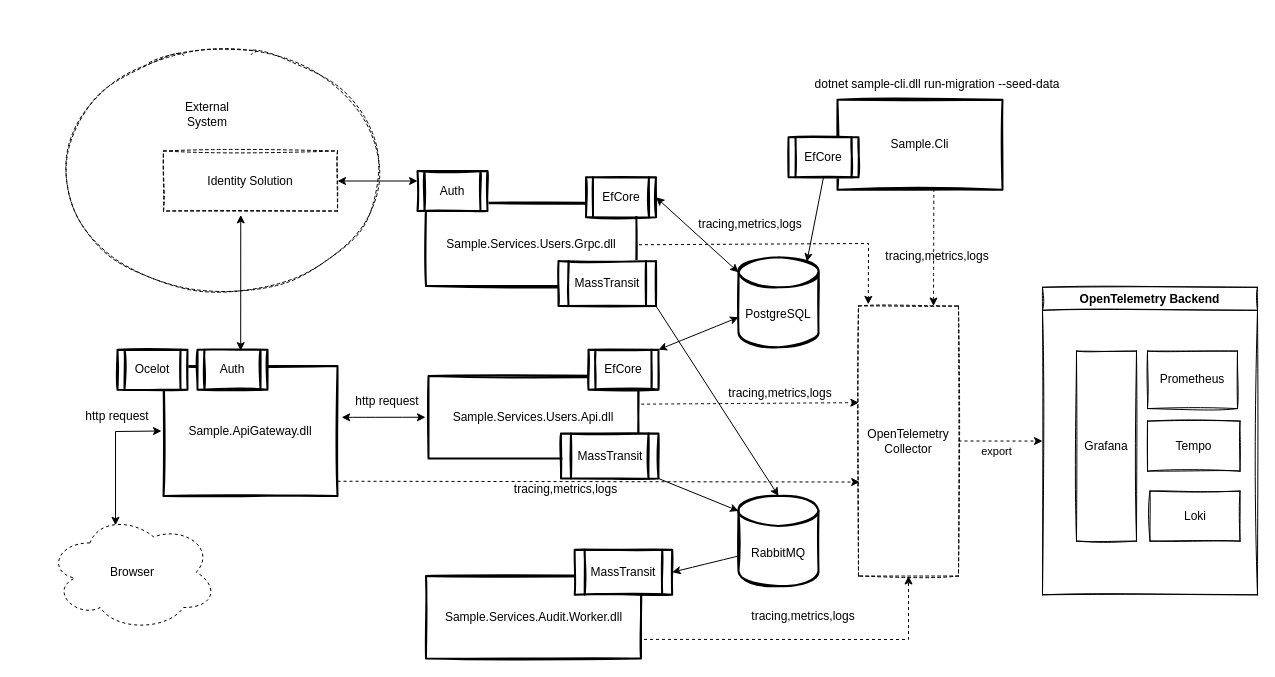
Earlier version of the draw.io diagram page "LogicalView" (2 of 2) of docs/clean-architecture-overview.drawio (zamat/zamat-clean-architecture). Source tidied: cells renumbered, new cells numbered last; positions are measured from the earlier drawing's top-left corner, leaving out a move shared by most shapes. Both pictures are drawn from the tidied source at 100%, with x=0, y=0 at pixel (47, 53).
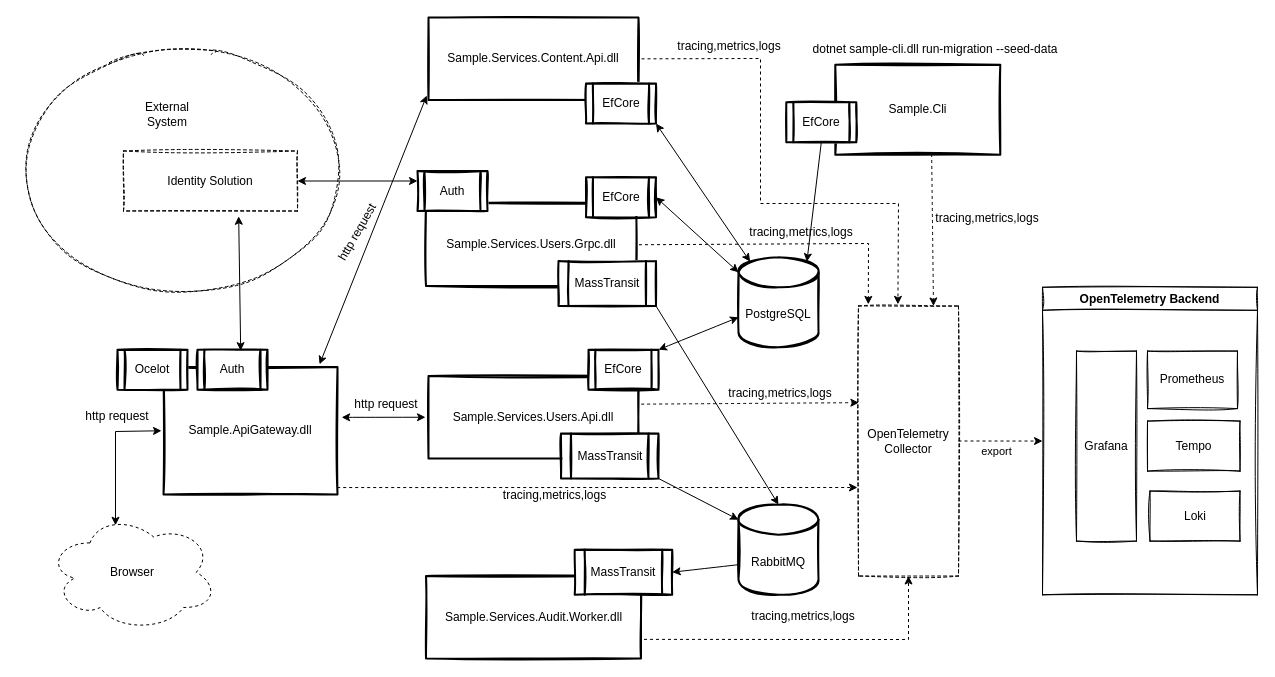
The same diagram, later.

The change refers to these unchanged cells:
```xml
<mxCell id="6" value="PostgreSQL" style="shape=cylinder3;whiteSpace=wrap;html=1;boundedLbl=1;backgroundOutline=1;size=15;sketch=1;strokeWidth=2;" parent="1" vertex="1">
  <mxGeometry x="691" y="203.8" width="80" height="90" as="geometry" />
</mxCell>
<mxCell id="9" value="OpenTelemetry Collector" style="rounded=0;whiteSpace=wrap;html=1;sketch=1;dashed=1;" parent="1" vertex="1">
  <mxGeometry x="811" y="252.5" width="100" height="270" as="geometry" />
</mxCell>
<mxCell id="37" value="Auth" style="shape=process;whiteSpace=wrap;html=1;backgroundOutline=1;sketch=1;fillColor=default;strokeWidth=2;" parent="1" vertex="1">
  <mxGeometry x="150" y="296.2" width="70" height="40" as="geometry" />
</mxCell>
```

What changed in the source:
```diff
@@
     <mxCell id="2" style="ellipse;whiteSpace=wrap;html=1;dashed=1;sketch=1;strokeWidth=1;fillColor=none;" parent="1" vertex="1">
-      <mxGeometry x="10" width="330" height="233.8" as="geometry" />
+      <mxGeometry x="-30" width="330" height="233.8" as="geometry" />
     </mxCell>
     <mxCell id="3" value="Sample.ApiGateway.dll" style="rounded=0;whiteSpace=wrap;html=1;sketch=1;strokeWidth=2;perimeterSpacing=2;" parent="1" vertex="1">
-      <mxGeometry x="116" y="312.5" width="174" height="130" as="geometry" />
+      <mxGeometry x="116" y="313.5" width="174" height="127.5" as="geometry" />
     </mxCell>
@@
     <mxCell id="8" value="RabbitMQ" style="shape=cylinder3;whiteSpace=wrap;html=1;boundedLbl=1;backgroundOutline=1;size=15;sketch=1;strokeWidth=2;" parent="1" vertex="1">
-      <mxGeometry x="691" y="442.5" width="80" height="90" as="geometry" />
+      <mxGeometry x="691" y="451.2" width="80" height="90" as="geometry" />
     </mxCell>
@@
     <mxCell id="13" value="Sample.Cli" style="rounded=0;whiteSpace=wrap;html=1;sketch=1;strokeWidth=2;perimeterSpacing=3;" parent="1" vertex="1">
-      <mxGeometry x="790" y="46.2" width="165" height="90" as="geometry" />
+      <mxGeometry x="787.8" y="11.2" width="165" height="90" as="geometry" />
     </mxCell>
     <mxCell id="14" value="EfCore" style="shape=process;whiteSpace=wrap;html=1;backgroundOutline=1;sketch=1;fillColor=default;strokeWidth=2;" parent="1" vertex="1">
-      <mxGeometry x="741" y="83.8" width="70" height="40" as="geometry" />
+      <mxGeometry x="738.8" y="48.8" width="70" height="40" as="geometry" />
     </mxCell>
     <mxCell id="15" value="dotnet sample-cli.dll run-migration --seed-data" style="text;html=1;strokeColor=none;fillColor=none;align=center;verticalAlign=middle;whiteSpace=wrap;rounded=0;shadow=0;sketch=1;" parent="1" vertex="1">
-      <mxGeometry x="760" y="20" width="260" height="22.5" as="geometry" />
+      <mxGeometry x="757.8" y="-15" width="260" height="22.5" as="geometry" />
     </mxCell>
@@
-    <mxCell id="25" style="endArrow=classic;html=1;rounded=0;entryX=0.012;entryY=0.652;entryDx=0;entryDy=0;dashed=1;entryPerimeter=0;exitX=0.989;exitY=0.875;exitDx=0;exitDy=0;exitPerimeter=0;" parent="1" edge="1" source="3" target="9">
-      <mxGeometry relative="1" as="geometry" />
+    <mxCell id="25" style="endArrow=classic;html=1;rounded=0;dashed=1;exitX=0.987;exitY=0.932;exitDx=0;exitDy=0;exitPerimeter=0;" parent="1" edge="1" source="3">
+      <mxGeometry relative="1" as="geometry">
+        <mxPoint x="810" y="434" as="targetPoint" />
+      </mxGeometry>
     </mxCell>
     <mxCell id="26" value="tracing,metrics,logs" style="text;html=1;strokeColor=none;fillColor=none;align=center;verticalAlign=middle;whiteSpace=wrap;rounded=0;sketch=1;" parent="1" vertex="1">
-      <mxGeometry x="835" y="187.5" width="110" height="30" as="geometry" />
+      <mxGeometry x="885" y="150" width="110" height="30" as="geometry" />
     </mxCell>
@@
     <mxCell id="28" value="tracing,metrics,logs" style="text;html=1;strokeColor=none;fillColor=none;align=center;verticalAlign=middle;whiteSpace=wrap;rounded=0;sketch=1;" parent="1" vertex="1">
-      <mxGeometry x="461" y="430" width="115" height="12.5" as="geometry" />
+      <mxGeometry x="450" y="436" width="115" height="12.5" as="geometry" />
     </mxCell>
     <mxCell id="29" value="http request" style="text;html=1;strokeColor=none;fillColor=none;align=center;verticalAlign=middle;whiteSpace=wrap;rounded=0;dashed=1;sketch=1;" parent="1" vertex="1">
-      <mxGeometry x="300" y="332.5" width="80" height="30" as="geometry" />
+      <mxGeometry x="298.5" y="336.2" width="80" height="30" as="geometry" />
     </mxCell>
@@
     <mxCell id="36" value="Identity Solution" style="rounded=0;whiteSpace=wrap;html=1;dashed=1;sketch=1;strokeWidth=1;fillColor=none;" parent="1" vertex="1">
-      <mxGeometry x="116" y="97.5" width="174" height="60" as="geometry" />
+      <mxGeometry x="76" y="97.5" width="174" height="60" as="geometry" />
     </mxCell>
@@
-    <mxCell id="38" style="endArrow=classic;startArrow=classic;html=1;rounded=0;entryX=0.444;entryY=1.065;entryDx=0;entryDy=0;entryPerimeter=0;exitX=0.617;exitY=0.024;exitDx=0;exitDy=0;exitPerimeter=0;" parent="1" edge="1" source="37" target="36">
+    <mxCell id="38" style="endArrow=classic;startArrow=classic;html=1;rounded=0;entryX=0.662;entryY=1.088;entryDx=0;entryDy=0;entryPerimeter=0;exitX=0.617;exitY=0.024;exitDx=0;exitDy=0;exitPerimeter=0;" parent="1" edge="1" source="37" target="36">
       <mxGeometry relative="1" as="geometry" />
     </mxCell>
     <mxCell id="39" value="External System" style="text;html=1;strokeColor=none;fillColor=none;align=center;verticalAlign=middle;whiteSpace=wrap;rounded=0;dashed=1;sketch=1;" parent="1" vertex="1">
-      <mxGeometry x="130" y="46.2" width="60" height="30" as="geometry" />
+      <mxGeometry x="90" y="46.2" width="60" height="30" as="geometry" />
     </mxCell>
@@
     <mxCell id="49" value="tracing,metrics,logs" style="text;html=1;strokeColor=none;fillColor=none;align=center;verticalAlign=middle;whiteSpace=wrap;rounded=0;sketch=1;" parent="1" vertex="1">
-      <mxGeometry x="646" y="163.8" width="114" height="15" as="geometry" />
+      <mxGeometry x="624.8" y="-15" width="114" height="15" as="geometry" />
     </mxCell>
@@
+    <mxCell id="53" value="Sample.Services.Content.Api.dll" style="rounded=0;whiteSpace=wrap;html=1;sketch=1;strokeWidth=2;perimeterSpacing=3;" parent="1" vertex="1">
+      <mxGeometry x="381" y="-35.9" width="210" height="82.5" as="geometry" />
+    </mxCell>
+    <mxCell id="54" value="EfCore" style="shape=process;whiteSpace=wrap;html=1;backgroundOutline=1;sketch=1;fillColor=default;strokeWidth=2;" parent="1" vertex="1">
+      <mxGeometry x="538.5" y="30" width="70" height="40" as="geometry" />
+    </mxCell>
+    <mxCell id="55" style="endArrow=classic;startArrow=classic;html=1;rounded=0;entryX=0.145;entryY=0;entryDx=0;entryDy=4.35;entryPerimeter=0;exitX=1;exitY=1;exitDx=0;exitDy=0;" parent="1" edge="1" source="54" target="6">
+      <mxGeometry relative="1" as="geometry" />
+    </mxCell>
+    <mxCell id="56" style="endArrow=classic;html=1;exitX=1;exitY=0.5;exitDx=0;exitDy=0;dashed=1;rounded=0;entryX=0.394;entryY=-0.006;entryDx=0;entryDy=0;entryPerimeter=0;" parent="1" edge="1" source="53" target="9">
+      <mxGeometry relative="1" as="geometry">
+        <Array as="points">
+          <mxPoint x="713" y="5" />
+          <mxPoint x="713" y="150" />
+          <mxPoint x="851" y="150" />
+        </Array>
+      </mxGeometry>
+    </mxCell>
+    <mxCell id="57" value="tracing,metrics,logs" style="text;html=1;strokeColor=none;fillColor=none;align=center;verticalAlign=middle;whiteSpace=wrap;rounded=0;sketch=1;" parent="1" vertex="1">
+      <mxGeometry x="698.8" y="163.8" width="110" height="30" as="geometry" />
+    </mxCell>
+    <mxCell id="58" style="endArrow=classic;startArrow=classic;html=1;exitX=0.888;exitY=-0.005;exitDx=0;exitDy=0;entryX=0.006;entryY=0.914;entryDx=0;entryDy=0;exitPerimeter=0;entryPerimeter=0;rounded=0;" parent="1" edge="1" source="3" target="53">
+      <mxGeometry relative="1" as="geometry" />
+    </mxCell>
+    <mxCell id="59" value="http request" style="text;html=1;strokeColor=none;fillColor=none;align=center;verticalAlign=middle;whiteSpace=wrap;rounded=0;dashed=1;sketch=1;rotation=-60;" parent="1" vertex="1">
+      <mxGeometry x="270" y="163.8" width="80" height="30" as="geometry" />
+    </mxCell>
```
